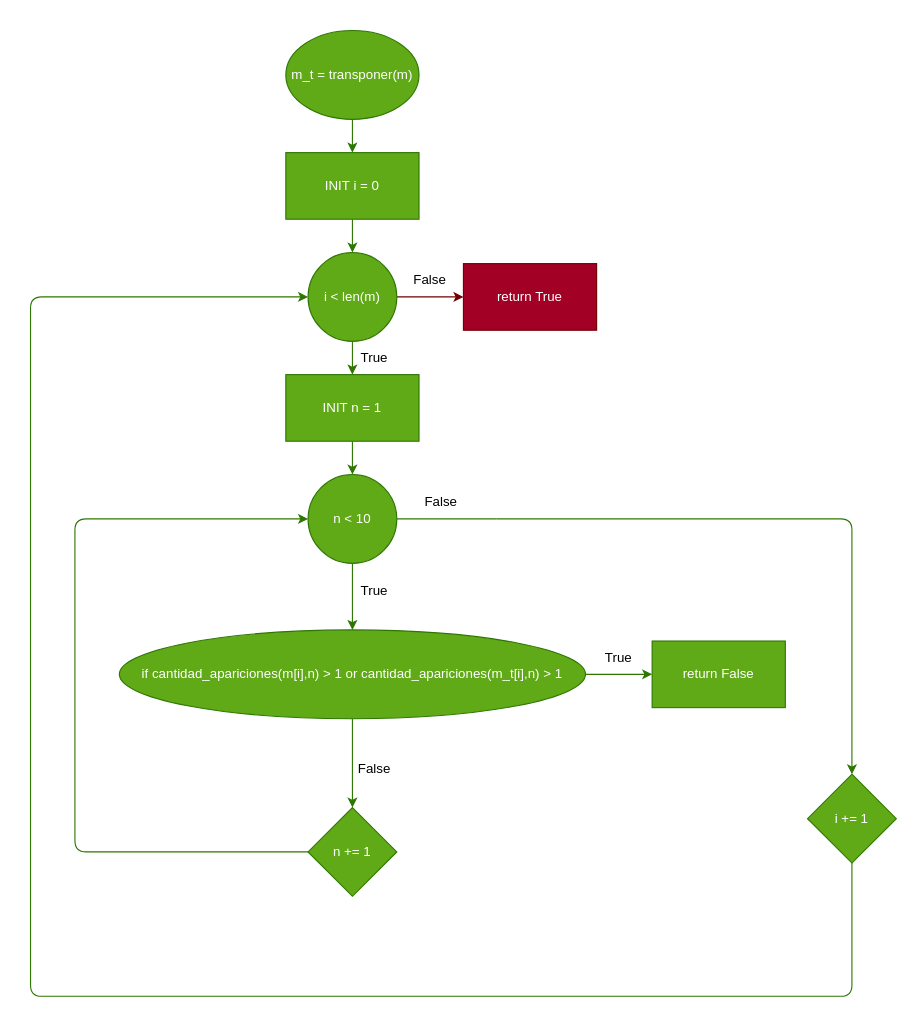
This is page "Caso 1" (1 of 2) of ParcialesViejos/SolucionEjercicioFinal/hola.drawio from dZev1/IntroProgGuias, a draw.io file, before an edit. Source tidied: cells renumbered, new cells numbered last; positions are measured from the earlier drawing's top-left corner, leaving out a move shared by most shapes. Both pictures are drawn from the tidied source at 111%, with x=0, y=0 at pixel (30, 30). Pictures stored in the file or linked from it are replaced by grey dashed boxes.
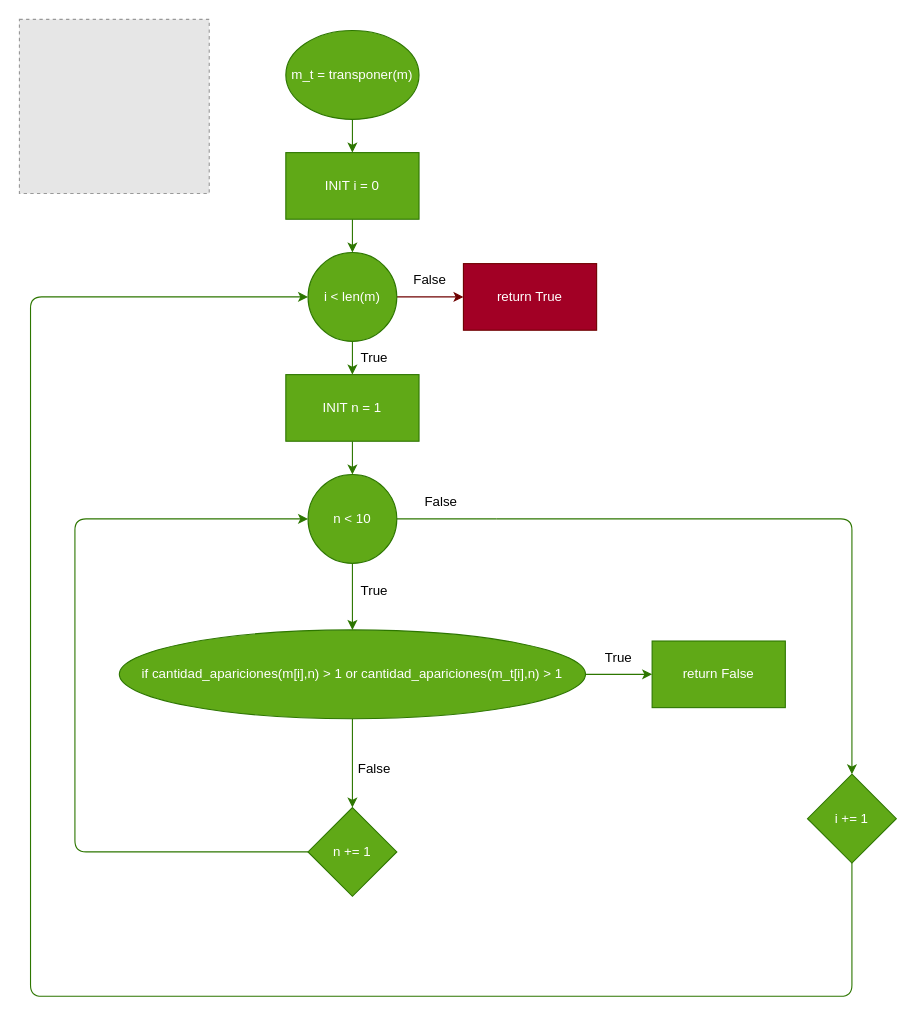
After the change.

The edit, as a diff of the source:
```diff
@@
+    <mxCell id="32" style="fillColor=#E6E6E6;strokeColor=#999999;dashed=1;verticalLabelPosition=bottom;labelBackgroundColor=default;verticalAlign=top;" parent="1" vertex="1">
+      <mxGeometry x="-10" y="-10" width="171" height="156.8" as="geometry" />
+    </mxCell>
```
